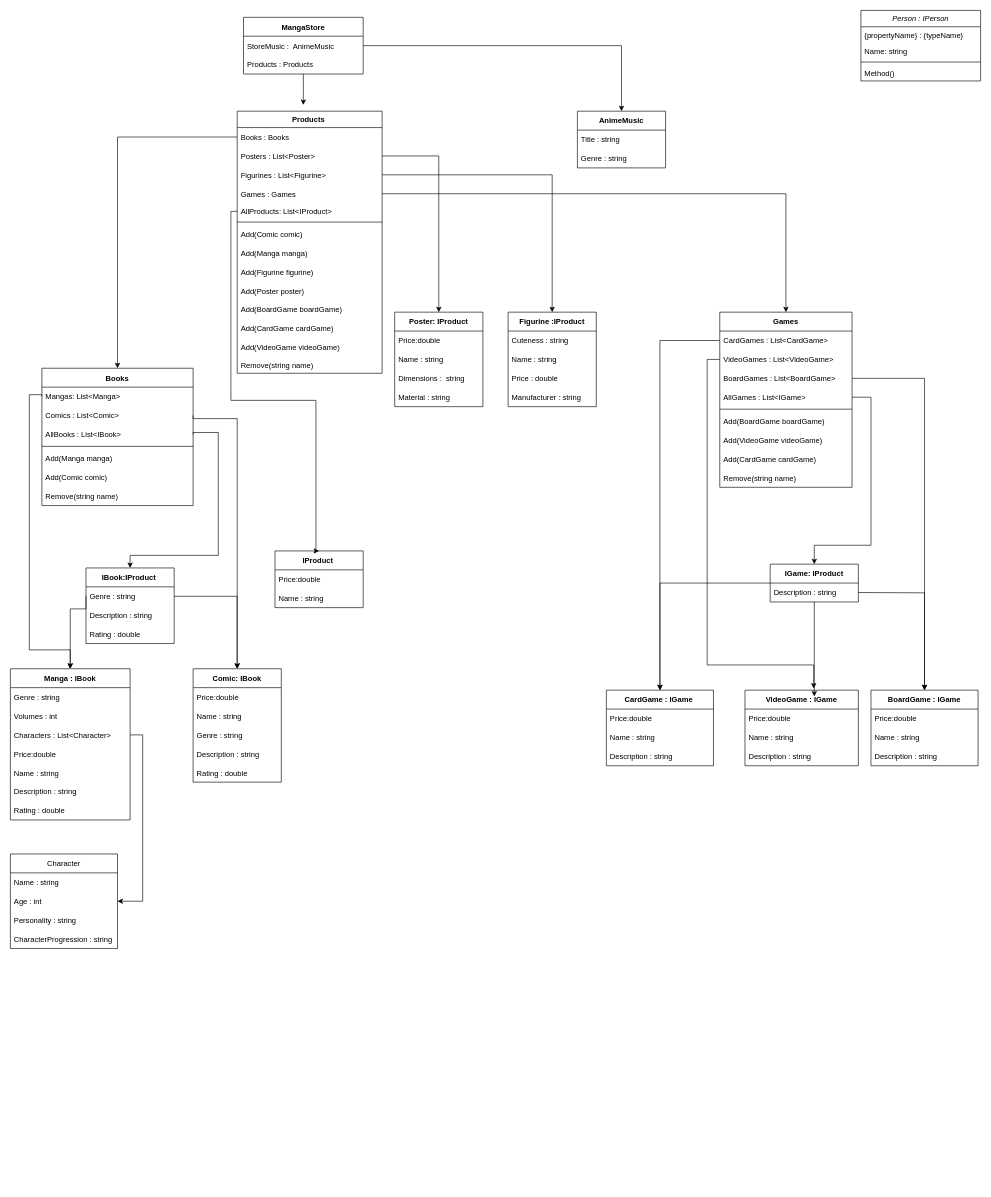
This is MangaStore/Digrams/ClassDiagram.drawio from lauravoineag/Kata, a draw.io file, before an edit. Source tidied: cells renumbered, new cells numbered last; positions are measured from the earlier drawing's top-left corner, leaving out a move shared by most shapes. Both pictures are drawn from the tidied source at 63%, with x=0, y=0 at pixel (10, 10).
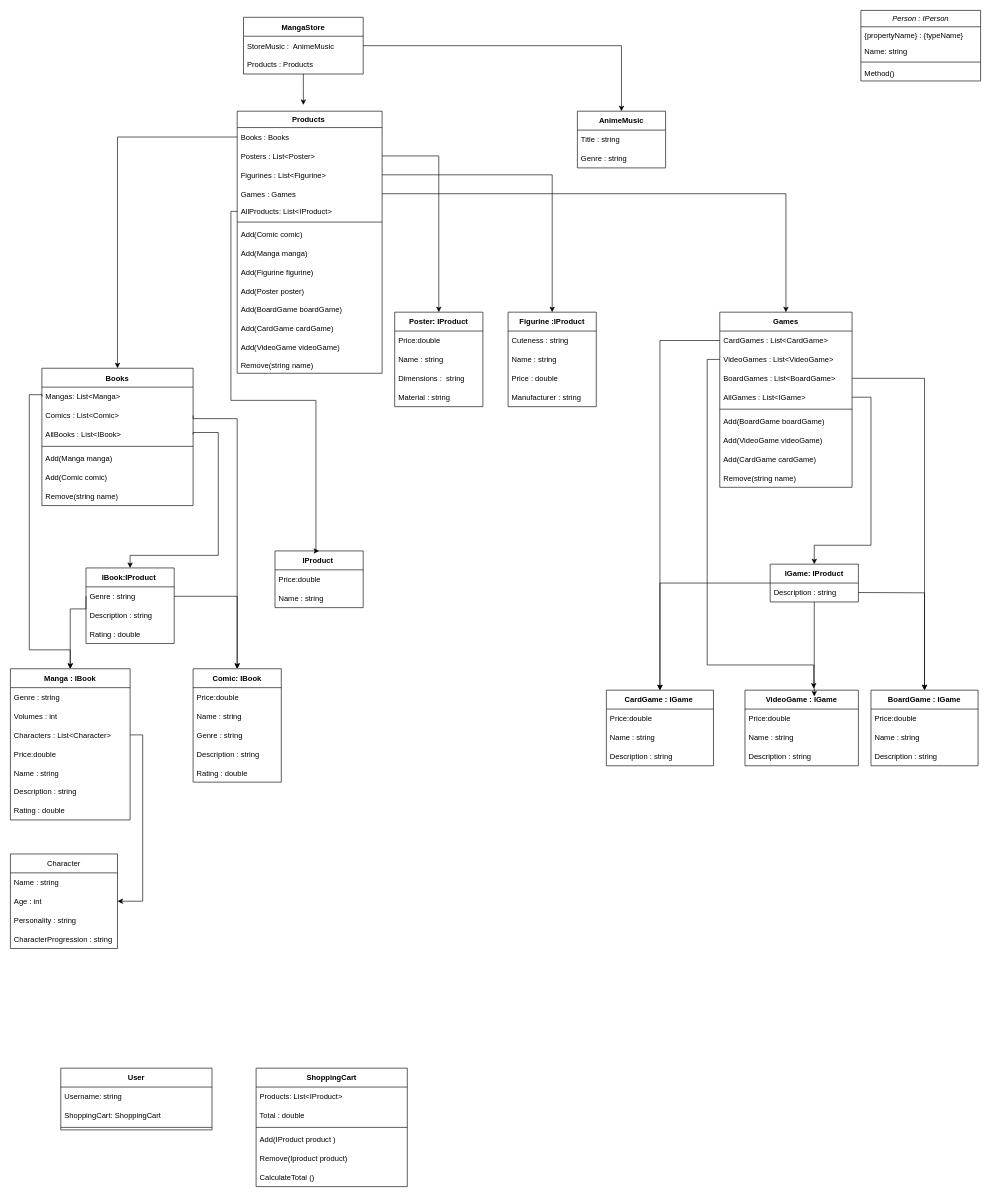
Above is the later version.

Commit message:
Updated Class diagram for User and for Shopping Cart

Diff of the diagram source:
```diff
@@
+    <mxCell id="116" value="ShoppingCart" style="swimlane;fontStyle=1;horizontal=1;startSize=30;fontColor=#000000;" parent="1" vertex="1">
+      <mxGeometry x="390" y="1679" width="240" height="188" as="geometry" />
+    </mxCell>
+    <mxCell id="117" value="Products: List&lt;IProduct&gt;" style="text;strokeColor=none;fillColor=none;align=left;verticalAlign=middle;spacingLeft=4;spacingRight=4;overflow=hidden;fontColor=#000000;" parent="116" vertex="1">
+      <mxGeometry y="30" width="240" height="30" as="geometry" />
+    </mxCell>
+    <mxCell id="118" value="Total : double" style="text;strokeColor=none;fillColor=none;align=left;verticalAlign=middle;spacingLeft=4;spacingRight=4;overflow=hidden;fontColor=#000000;" parent="116" vertex="1">
+      <mxGeometry y="60" width="240" height="30" as="geometry" />
+    </mxCell>
+    <mxCell id="119" style="line;html=1;strokeWidth=1;align=left;verticalAlign=middle;spacingTop=-1;spacingLeft=3;spacingRight=3;labelPosition=right;fontColor=#000000;" parent="116" vertex="1">
+      <mxGeometry y="90" width="240" height="8" as="geometry" />
+    </mxCell>
+    <mxCell id="120" value="Add(IProduct product )" style="text;strokeColor=none;fillColor=none;align=left;verticalAlign=middle;spacingLeft=4;spacingRight=4;overflow=hidden;fontColor=#000000;" parent="116" vertex="1">
+      <mxGeometry y="98" width="240" height="30" as="geometry" />
+    </mxCell>
+    <mxCell id="121" value="Remove(Iproduct product)" style="text;strokeColor=none;fillColor=none;align=left;verticalAlign=middle;spacingLeft=4;spacingRight=4;overflow=hidden;fontColor=#000000;" parent="116" vertex="1">
+      <mxGeometry y="128" width="240" height="30" as="geometry" />
+    </mxCell>
+    <mxCell id="122" value="CalculateTotal () " style="text;strokeColor=none;fillColor=none;align=left;verticalAlign=middle;spacingLeft=4;spacingRight=4;overflow=hidden;fontColor=#000000;" parent="116" vertex="1">
+      <mxGeometry y="158" width="240" height="30" as="geometry" />
+    </mxCell>
+    <mxCell id="123" value="User" style="swimlane;fontStyle=1;horizontal=1;startSize=30;fontColor=#000000;" parent="1" vertex="1">
+      <mxGeometry x="80" y="1679" width="240" height="98" as="geometry" />
+    </mxCell>
+    <mxCell id="124" value="Username: string " style="text;strokeColor=none;fillColor=none;align=left;verticalAlign=middle;spacingLeft=4;spacingRight=4;overflow=hidden;fontColor=#000000;" parent="123" vertex="1">
+      <mxGeometry y="30" width="240" height="30" as="geometry" />
+    </mxCell>
+    <mxCell id="125" value="ShoppingCart: ShoppingCart " style="text;strokeColor=none;fillColor=none;align=left;verticalAlign=middle;spacingLeft=4;spacingRight=4;overflow=hidden;fontColor=#000000;" parent="123" vertex="1">
+      <mxGeometry y="60" width="240" height="30" as="geometry" />
+    </mxCell>
+    <mxCell id="126" style="line;html=1;strokeWidth=1;align=left;verticalAlign=middle;spacingTop=-1;spacingLeft=3;spacingRight=3;labelPosition=right;fontColor=#000000;" parent="123" vertex="1">
+      <mxGeometry y="90" width="240" height="8" as="geometry" />
+    </mxCell>
```
